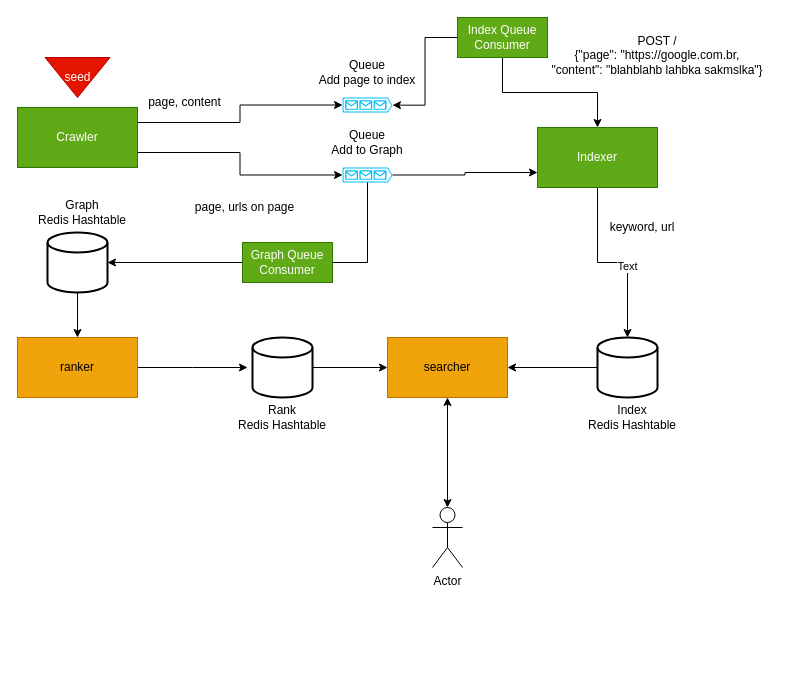
lariskovski/search-engine keeps this draw.io diagram as search-engine.drawio. Above is the earlier version. Source tidied: cells renumbered, new cells numbered last; positions are measured from the earlier drawing's top-left corner, leaving out a move shared by most shapes. Both pictures are drawn from the tidied source at 100%, with x=0, y=0 at pixel (17, 17).
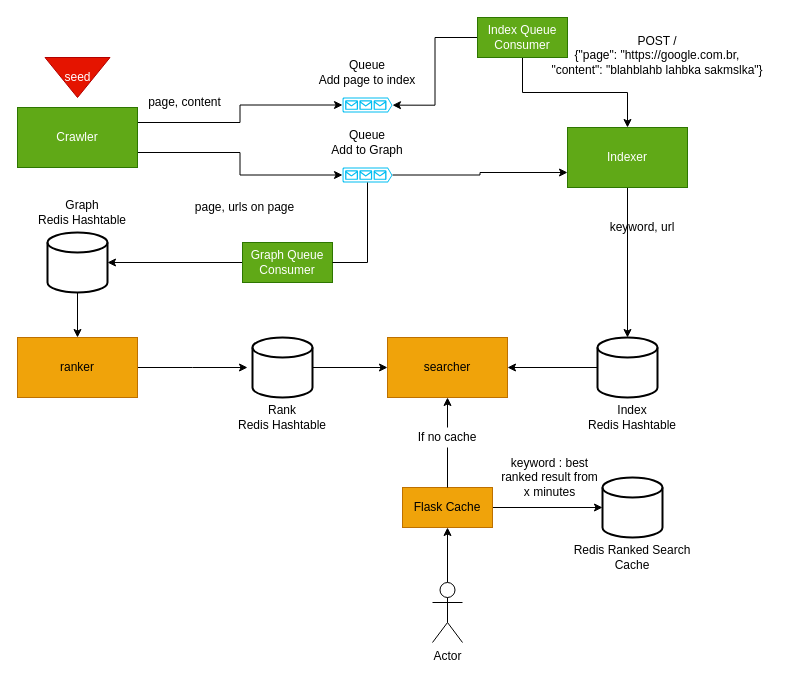
After the change.

Commit message:
Update drawing adding cache on ranked search

Unchanged cells that the change refers to:
```xml
<mxCell id="11" style="edgeStyle=orthogonalEdgeStyle;rounded=0;jettySize=auto;html=1;entryX=0.5;entryY=0;entryDx=0;entryDy=0;entryPerimeter=0;" parent="1" edge="1" source="13" target="16">
  <mxGeometry relative="1" as="geometry" />
</mxCell>
<mxCell id="25" value="searcher" style="rounded=0;whiteSpace=wrap;html=1;fillColor=#f0a30a;strokeColor=#BD7000;fontColor=#000000;" parent="1" vertex="1">
  <mxGeometry x="370" y="320" width="120" height="60" as="geometry" />
</mxCell>
```

Change to the diagram source:
```diff
@@
-    <mxCell id="12" value="Text" style="edgeLabel;html=1;align=center;verticalAlign=middle;" parent="11" vertex="1">
-      <mxGeometry x="0.16" y="-3" relative="1" as="geometry" />
-    </mxCell>
     <mxCell id="13" value="Indexer" style="rounded=0;whiteSpace=wrap;html=1;fillColor=#60a917;strokeColor=#2D7600;fontColor=#ffffff;" parent="1" vertex="1">
-      <mxGeometry x="520" y="110" width="120" height="60" as="geometry" />
+      <mxGeometry x="550" y="110" width="120" height="60" as="geometry" />
     </mxCell>
@@
-    <mxCell id="27" style="edgeStyle=orthogonalEdgeStyle;rounded=0;jettySize=auto;html=1;entryX=0.5;entryY=1;entryDx=0;entryDy=0;strokeWidth=1;startArrow=classic;startFill=1;" parent="1" edge="1" source="28" target="25">
-      <mxGeometry relative="1" as="geometry" />
-    </mxCell>
+    <mxCell id="38" style="edgeStyle=orthogonalEdgeStyle;rounded=0;jettySize=auto;html=1;" parent="1" edge="1" source="28" target="41">
+      <mxGeometry relative="1" as="geometry" />
+    </mxCell>
     <mxCell id="28" value="Actor" style="shape=umlActor;verticalLabelPosition=bottom;verticalAlign=top;html=1;outlineConnect=0;" parent="1" vertex="1">
-      <mxGeometry x="415" y="490" width="30" height="60" as="geometry" />
+      <mxGeometry x="415" y="565" width="30" height="60" as="geometry" />
     </mxCell>
@@
     <mxCell id="34" value="Index Queue Consumer" style="rounded=0;whiteSpace=wrap;html=1;fillColor=#60a917;strokeColor=#2D7600;fontColor=#ffffff;" parent="1" vertex="1">
-      <mxGeometry x="440" width="90" height="40" as="geometry" />
+      <mxGeometry x="460" width="90" height="40" as="geometry" />
     </mxCell>
@@
+    <mxCell id="39" style="edgeStyle=orthogonalEdgeStyle;rounded=0;jettySize=auto;html=1;entryX=0;entryY=0.5;entryDx=0;entryDy=0;entryPerimeter=0;exitX=0.944;exitY=0.5;exitDx=0;exitDy=0;exitPerimeter=0;" parent="1" edge="1" source="41" target="42">
+      <mxGeometry relative="1" as="geometry" />
+    </mxCell>
+    <mxCell id="40" style="edgeStyle=orthogonalEdgeStyle;rounded=0;jettySize=auto;html=1;entryX=0.5;entryY=1;entryDx=0;entryDy=0;startArrow=none;" parent="1" edge="1" source="45" target="25">
+      <mxGeometry relative="1" as="geometry" />
+    </mxCell>
+    <mxCell id="41" value="Flask Cache" style="rounded=0;whiteSpace=wrap;html=1;fillColor=#f0a30a;strokeColor=#BD7000;fontColor=#000000;" parent="1" vertex="1">
+      <mxGeometry x="385" y="470" width="90" height="40" as="geometry" />
+    </mxCell>
+    <mxCell id="42" style="strokeWidth=2;html=1;shape=mxgraph.flowchart.database;whiteSpace=wrap;" parent="1" vertex="1">
+      <mxGeometry x="585" y="460" width="60" height="60" as="geometry" />
+    </mxCell>
+    <mxCell id="43" value="Redis Ranked Search Cache" style="text;html=1;strokeColor=none;fillColor=none;align=center;verticalAlign=middle;whiteSpace=wrap;rounded=0;" parent="1" vertex="1">
+      <mxGeometry x="550" y="520" width="130" height="40" as="geometry" />
+    </mxCell>
+    <mxCell id="44" value="keyword : best ranked result from x minutes" style="text;html=1;strokeColor=none;fillColor=none;align=center;verticalAlign=middle;whiteSpace=wrap;rounded=0;" parent="1" vertex="1">
+      <mxGeometry x="480" y="440" width="105" height="40" as="geometry" />
+    </mxCell>
+    <mxCell id="45" value="If no cache" style="text;html=1;strokeColor=none;fillColor=none;align=center;verticalAlign=middle;whiteSpace=wrap;rounded=0;" parent="1" vertex="1">
+      <mxGeometry x="380" y="410" width="100" height="20" as="geometry" />
+    </mxCell>
+    <mxCell id="46" style="edgeStyle=orthogonalEdgeStyle;rounded=0;jettySize=auto;html=1;entryX=0.5;entryY=1;entryDx=0;entryDy=0;endArrow=none;" parent="1" edge="1" source="41" target="45">
+      <mxGeometry relative="1" as="geometry" />
+    </mxCell>
```
